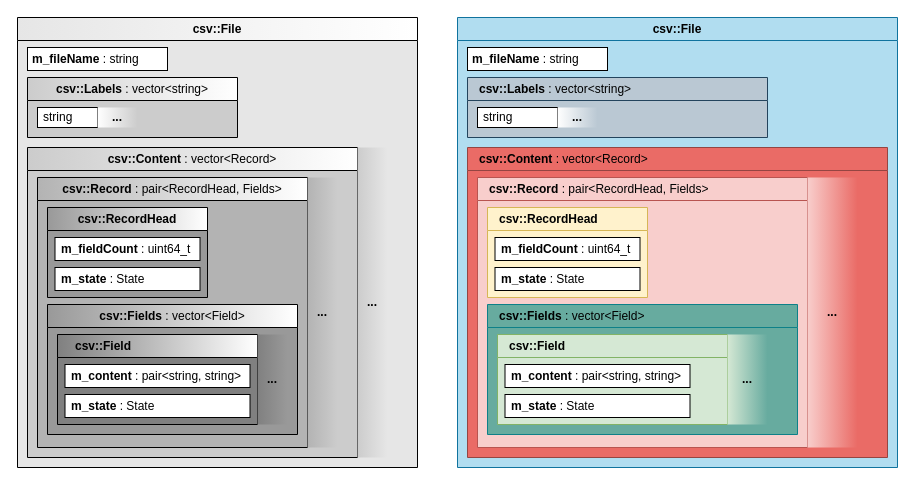
Before: page "Datastructure" (1 of 3) of design/CsvFile.drawio in theqbz/csv_helper, a draw.io diagram. Source tidied: cells renumbered, new cells numbered last; positions are measured from the earlier drawing's top-left corner, leaving out a move shared by most shapes. Both pictures are drawn from the tidied source at 100%, with x=0, y=0 at pixel (17, 17).
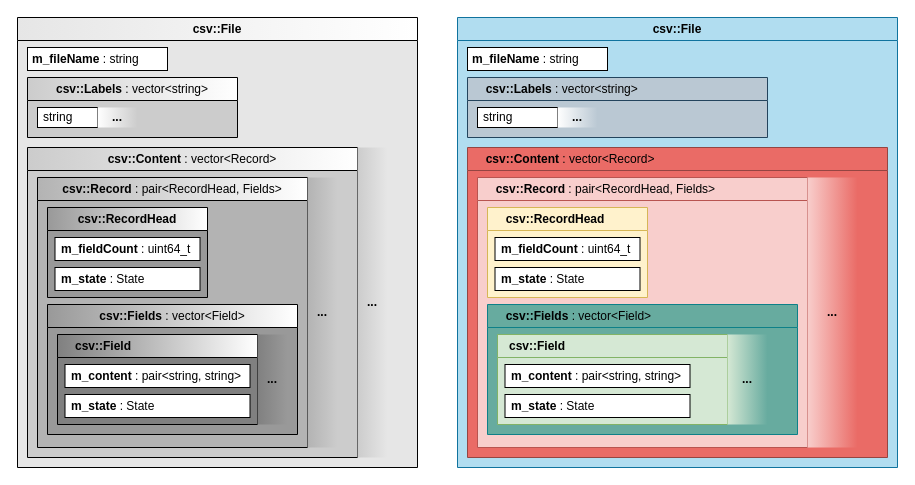
Above is the later version.

The change refers to these unchanged cells:
```xml
<mxCell id="19" value="csv::File" style="swimlane;whiteSpace=wrap;html=1;swimlaneFillColor=#b1ddf0;absoluteArcSize=0;rounded=0;swimlaneLine=1;glass=0;shadow=0;backgroundOutline=1;fillColor=#b1ddf0;gradientDirection=west;strokeColor=#10739e;" parent="1" vertex="1">
  <mxGeometry x="440" width="440" height="450" as="geometry" />
</mxCell>
```

What changed in the source:
```diff
@@
-    <mxCell id="20" value="csv::Labels&lt;span style=&quot;font-weight: normal;&quot;&gt; : vector&amp;lt;string&amp;gt;&lt;/span&gt;" style="swimlane;whiteSpace=wrap;html=1;horizontal=1;swimlaneBody=1;enumerate=0;comic=0;swimlaneFillColor=#bac8d3;gradientDirection=west;fillColor=#bac8d3;strokeColor=#23445d;align=left;spacingLeft=10;gradientColor=none;" parent="19" vertex="1">
+    <mxCell id="20" value="&amp;nbsp; csv::Labels&lt;span style=&quot;font-weight: normal;&quot;&gt; : vector&amp;lt;string&amp;gt;&lt;/span&gt;" style="swimlane;whiteSpace=wrap;html=1;horizontal=1;swimlaneBody=1;enumerate=0;comic=0;swimlaneFillColor=#bac8d3;gradientDirection=west;fillColor=#bac8d3;strokeColor=#23445d;align=left;spacingLeft=10;gradientColor=none;" parent="19" vertex="1">
       <mxGeometry x="10" y="60" width="300" height="60" as="geometry" />
     </mxCell>
@@
-    <mxCell id="23" value="csv::Content&lt;span style=&quot;font-weight: normal;&quot;&gt; : vector&amp;lt;Record&amp;gt;&lt;/span&gt;" style="swimlane;whiteSpace=wrap;html=1;swimlaneFillColor=#ea6b66;gradientDirection=west;fillColor=#EA6B66;strokeColor=#944542;align=left;spacingLeft=10;" parent="19" vertex="1">
+    <mxCell id="23" value="&amp;nbsp; csv::Content&lt;span style=&quot;font-weight: normal;&quot;&gt; : vector&amp;lt;Record&amp;gt;&lt;/span&gt;" style="swimlane;whiteSpace=wrap;html=1;swimlaneFillColor=#ea6b66;gradientDirection=west;fillColor=#EA6B66;strokeColor=#944542;align=left;spacingLeft=10;" parent="19" vertex="1">
       <mxGeometry x="10" y="130" width="420" height="310" as="geometry" />
     </mxCell>
-    <mxCell id="24" value="csv::Record&lt;span style=&quot;font-weight: normal;&quot;&gt; : pair&amp;lt;RecordHead, Fields&amp;gt;&lt;/span&gt;" style="swimlane;whiteSpace=wrap;html=1;swimlaneFillColor=#f8cecc;gradientDirection=west;fillColor=#f8cecc;strokeColor=#b85450;spacingLeft=10;align=left;" parent="23" vertex="1">
+    <mxCell id="24" value="&amp;nbsp; csv::Record&lt;span style=&quot;font-weight: normal;&quot;&gt; : pair&amp;lt;RecordHead, Fields&amp;gt;&lt;/span&gt;" style="swimlane;whiteSpace=wrap;html=1;swimlaneFillColor=#f8cecc;gradientDirection=west;fillColor=#f8cecc;strokeColor=#b85450;spacingLeft=10;align=left;" parent="23" vertex="1">
       <mxGeometry x="10" y="30" width="330" height="270" as="geometry" />
     </mxCell>
-    <mxCell id="25" value="csv::RecordHead" style="swimlane;whiteSpace=wrap;html=1;swimlaneFillColor=#fff2cc;gradientDirection=west;fillColor=#fff2cc;strokeColor=#d6b656;align=left;spacingLeft=10;" parent="24" vertex="1">
+    <mxCell id="25" value="&amp;nbsp; csv::RecordHead" style="swimlane;whiteSpace=wrap;html=1;swimlaneFillColor=#fff2cc;gradientDirection=west;fillColor=#fff2cc;strokeColor=#d6b656;align=left;spacingLeft=10;" parent="24" vertex="1">
       <mxGeometry x="10" y="30" width="160" height="90" as="geometry" />
     </mxCell>
@@
-    <mxCell id="28" value="csv::Fields&lt;span style=&quot;font-weight: normal;&quot;&gt; : vector&amp;lt;Field&amp;gt;&lt;/span&gt;" style="swimlane;whiteSpace=wrap;html=1;swimlaneFillColor=#67AB9F;gradientDirection=west;fillColor=#67AB9F;strokeColor=#0e8088;align=left;spacingLeft=10;" parent="24" vertex="1">
+    <mxCell id="28" value="&amp;nbsp; csv::Fields&lt;span style=&quot;font-weight: normal;&quot;&gt; : vector&amp;lt;Field&amp;gt;&lt;/span&gt;" style="swimlane;whiteSpace=wrap;html=1;swimlaneFillColor=#67AB9F;gradientDirection=west;fillColor=#67AB9F;strokeColor=#0e8088;align=left;spacingLeft=10;" parent="24" vertex="1">
       <mxGeometry x="10" y="127" width="310" height="130" as="geometry" />
     </mxCell>
```
